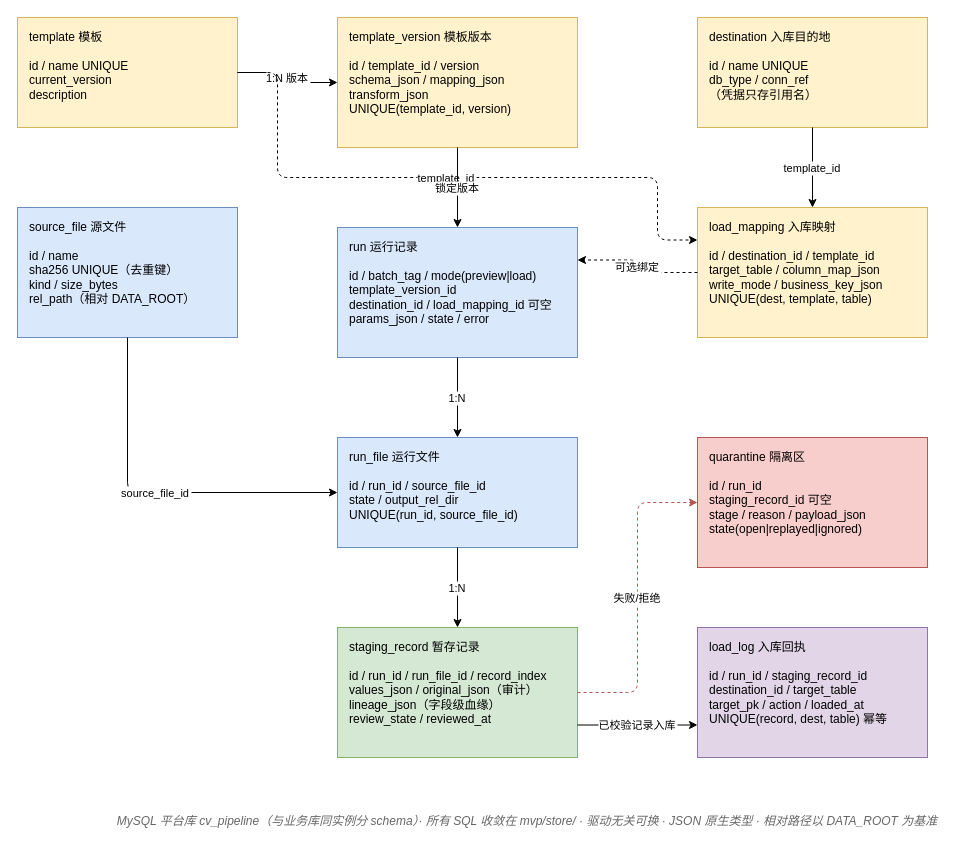
The draw.io diagram page "对象关系" (2 of 2) of 20-CV/mvp/docs/data-pipeline.drawio in freeedoooooo/algs, before the edit. Source tidied: cells renumbered, new cells numbered last; positions are measured from the earlier drawing's top-left corner, leaving out a move shared by most shapes. Both pictures are drawn from the tidied source at 100%, with x=0, y=0 at pixel (17, 17).
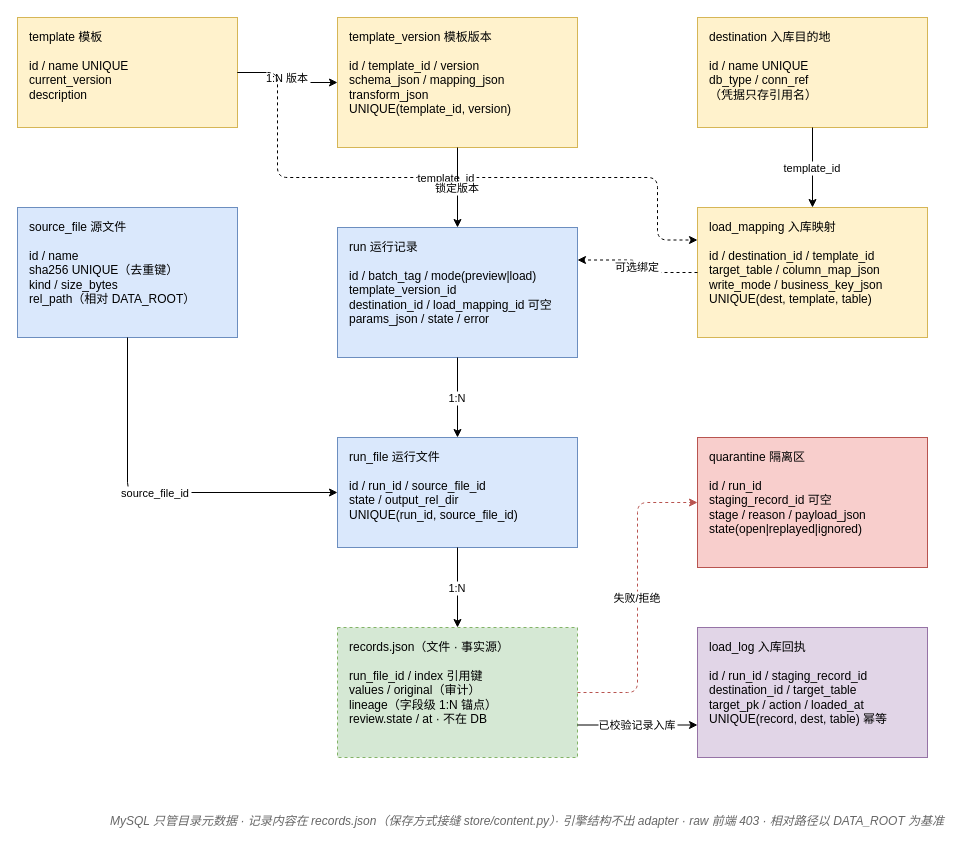
The same diagram, later.

Change to the diagram source:
```diff
@@
-    <mxCell id="9" value="staging_record 暂存记录&#10;&#10;id / run_id / run_file_id / record_index&#10;values_json / original_json（审计）&#10;lineage_json（字段级血缘）&#10;review_state / reviewed_at" style="rounded=0;whiteSpace=wrap;align=left;spacingLeft=10;verticalAlign=top;spacingTop=6;fillColor=#d5e8d4;strokeColor=#82b366;" parent="1" vertex="1">
+    <mxCell id="9" value="records.json（文件 · 事实源）&#10;&#10;run_file_id / index 引用键&#10;values / original（审计）&#10;lineage（字段级 1:N 锚点）&#10;review.state / at · 不在 DB" style="rounded=0;whiteSpace=wrap;align=left;spacingLeft=10;verticalAlign=top;spacingTop=6;dashed=1;fillColor=#d5e8d4;strokeColor=#82b366;" parent="1" vertex="1">
       <mxGeometry x="320" y="610" width="240" height="130" as="geometry" />
     </mxCell>
@@
-    <mxCell id="22" value="MySQL 平台库 cv_pipeline（与业务库同实例分 schema）· 所有 SQL 收敛在 mvp/store/ · 驱动无关可换 · JSON 原生类型 · 相对路径以 DATA_ROOT 为基准" style="text;align=center;fontStyle=2;fontColor=#666666;" parent="1" vertex="1">
+    <mxCell id="22" value="MySQL 只管目录元数据 · 记录内容在 records.json（保存方式接缝 store/content.py）· 引擎结构不出 adapter · raw 前端 403 · 相对路径以 DATA_ROOT 为基准" style="text;align=center;fontStyle=2;fontColor=#666666;" parent="1" vertex="1">
       <mxGeometry x="100" y="790" width="820" height="30" as="geometry" />
     </mxCell>
```
